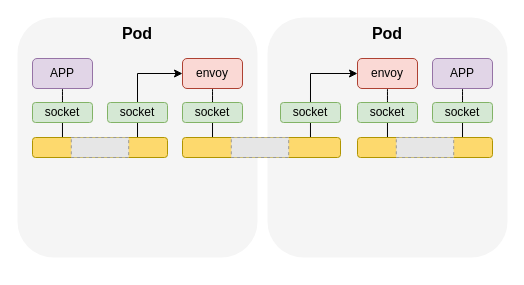
The draw.io diagram page "Page-11" (10 of 13) of Copy of service-mesh.drawio in wehyy/my-world, before the edit. Source tidied: cells renumbered, new cells numbered last; positions are measured from the earlier drawing's top-left corner, leaving out a move shared by most shapes. Both pictures are drawn from the tidied source at 100%, with x=0, y=0 at pixel (17, 17). Pictures stored in the file or linked from it are replaced by grey dashed boxes.
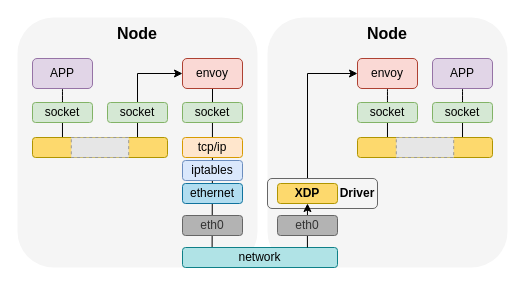
The same page after the edit.

The change refers to these unchanged cells:
```xml
<mxCell id="7" value="envoy" style="rounded=1;whiteSpace=wrap;html=1;fillColor=#fad9d5;strokeColor=#ae4132;" parent="1" vertex="1">
  <mxGeometry x="165" y="41" width="60" height="30" as="geometry" />
</mxCell>
<mxCell id="18" value="envoy" style="rounded=1;whiteSpace=wrap;html=1;fillColor=#fad9d5;strokeColor=#ae4132;" parent="1" vertex="1">
  <mxGeometry x="340" y="41" width="60" height="30" as="geometry" />
</mxCell>
```

Diff of the diagram source:
```diff
@@
     <mxCell id="2" style="rounded=1;whiteSpace=wrap;html=1;fillColor=#f5f5f5;strokeColor=none;fontColor=#333333;" parent="1" vertex="1">
-      <mxGeometry width="240" height="240" as="geometry" />
+      <mxGeometry width="240" height="250" as="geometry" />
     </mxCell>
@@
-    <mxCell id="6" style="edgeStyle=orthogonalEdgeStyle;curved=1;rounded=0;jettySize=auto;html=1;entryX=0.19;entryY=0;entryDx=0;entryDy=0;entryPerimeter=0;endArrow=none;endFill=0;" parent="1" edge="1" source="7" target="22">
+    <mxCell id="6" style="edgeStyle=orthogonalEdgeStyle;curved=1;rounded=0;jettySize=auto;html=1;entryX=0.191;entryY=0.117;entryDx=0;entryDy=0;entryPerimeter=0;endArrow=none;endFill=0;" parent="1" edge="1" source="7" target="32">
       <mxGeometry relative="1" as="geometry" />
     </mxCell>
@@
-    <mxCell id="11" value="&lt;font size=&quot;1&quot; style=&quot;&quot;&gt;&lt;b style=&quot;font-size: 16px;&quot;&gt;Pod&lt;/b&gt;&lt;/font&gt;" style="text;html=1;strokeColor=none;fillColor=none;align=center;verticalAlign=middle;whiteSpace=wrap;rounded=0;" parent="1" vertex="1">
+    <mxCell id="11" value="&lt;font size=&quot;1&quot; style=&quot;&quot;&gt;&lt;b style=&quot;font-size: 16px;&quot;&gt;Node&lt;/b&gt;&lt;/font&gt;" style="text;html=1;strokeColor=none;fillColor=none;align=center;verticalAlign=middle;whiteSpace=wrap;rounded=0;" parent="1" vertex="1">
       <mxGeometry x="90" y="1" width="60" height="30" as="geometry" />
     </mxCell>
     <mxCell id="12" style="rounded=1;whiteSpace=wrap;html=1;fillColor=#f5f5f5;strokeColor=none;fontColor=#333333;" parent="1" vertex="1">
-      <mxGeometry x="250" width="240" height="240" as="geometry" />
+      <mxGeometry x="250" width="240" height="250" as="geometry" />
     </mxCell>
-    <mxCell id="13" value="&lt;font size=&quot;1&quot; style=&quot;&quot;&gt;&lt;b style=&quot;font-size: 16px;&quot;&gt;Pod&lt;/b&gt;&lt;/font&gt;" style="text;html=1;strokeColor=none;fillColor=none;align=center;verticalAlign=middle;whiteSpace=wrap;rounded=0;" parent="1" vertex="1">
+    <mxCell id="13" value="&lt;font size=&quot;1&quot; style=&quot;&quot;&gt;&lt;b style=&quot;font-size: 16px;&quot;&gt;Node&lt;/b&gt;&lt;/font&gt;" style="text;html=1;strokeColor=none;fillColor=none;align=center;verticalAlign=middle;whiteSpace=wrap;rounded=0;" parent="1" vertex="1">
       <mxGeometry x="340" y="1" width="60" height="30" as="geometry" />
     </mxCell>
@@
-    <mxCell id="16" style="edgeStyle=orthogonalEdgeStyle;rounded=0;jettySize=auto;html=1;entryX=0.81;entryY=0;entryDx=0;entryDy=0;entryPerimeter=0;endArrow=none;endFill=0;startArrow=classic;startFill=1;" parent="1" edge="1" source="18" target="22">
+    <mxCell id="16" style="edgeStyle=orthogonalEdgeStyle;rounded=0;jettySize=auto;html=1;entryX=0.5;entryY=0;entryDx=0;entryDy=0;endArrow=none;endFill=0;startArrow=classic;startFill=1;" parent="1" edge="1" source="18" target="34">
       <mxGeometry relative="1" as="geometry" />
     </mxCell>
@@
-    <mxCell id="19" value="socket" style="rounded=1;whiteSpace=wrap;html=1;fillColor=#d5e8d4;strokeColor=#82b366;" parent="1" vertex="1">
-      <mxGeometry x="263" y="85" width="60" height="20" as="geometry" />
-    </mxCell>
@@
-    <mxCell id="22" style="rounded=1;whiteSpace=wrap;html=1;fillColor=#fdd96d;strokeColor=#B09500;fontColor=#000000;" parent="1" vertex="1">
-      <mxGeometry x="165" y="120" width="158" height="20" as="geometry" />
-    </mxCell>
@@
-    <mxCell id="24" style="fillColor=#E6E6E6;strokeColor=#999999;dashed=1;verticalLabelPosition=bottom;labelBackgroundColor=default;verticalAlign=top;" parent="1" vertex="1">
-      <mxGeometry x="213.8" y="120" width="57.4" height="20" as="geometry" />
-    </mxCell>
@@
+    <mxCell id="28" value="eth0" style="rounded=1;whiteSpace=wrap;html=1;fillColor=#B3B3B3;strokeColor=#666666;fontColor=#333333;" parent="1" vertex="1">
+      <mxGeometry x="165" y="198" width="60" height="20" as="geometry" />
+    </mxCell>
+    <mxCell id="29" value="iptables" style="rounded=1;whiteSpace=wrap;html=1;fillColor=#dae8fc;strokeColor=#6c8ebf;" parent="1" vertex="1">
+      <mxGeometry x="165" y="143" width="60" height="20" as="geometry" />
+    </mxCell>
+    <mxCell id="30" value="tcp/ip" style="rounded=1;whiteSpace=wrap;html=1;fillColor=#ffe6cc;strokeColor=#d79b00;" parent="1" vertex="1">
+      <mxGeometry x="165" y="120" width="60" height="20" as="geometry" />
+    </mxCell>
+    <mxCell id="31" value="ethernet" style="rounded=1;whiteSpace=wrap;html=1;fillColor=#b1ddf0;strokeColor=#10739e;" parent="1" vertex="1">
+      <mxGeometry x="165" y="166" width="60" height="20" as="geometry" />
+    </mxCell>
+    <mxCell id="32" value="network" style="rounded=1;whiteSpace=wrap;html=1;fillColor=#b0e3e6;strokeColor=#0e8088;" parent="1" vertex="1">
+      <mxGeometry x="165" y="230" width="155" height="20" as="geometry" />
+    </mxCell>
+    <mxCell id="33" style="rounded=1;whiteSpace=wrap;html=1;fillColor=#f5f5f5;strokeColor=#666666;fontColor=#333333;" parent="1" vertex="1">
+      <mxGeometry x="250" y="161" width="110" height="30" as="geometry" />
+    </mxCell>
+    <mxCell id="34" value="&lt;b&gt;XDP&lt;/b&gt;" style="rounded=1;whiteSpace=wrap;html=1;fillColor=#fdd96d;strokeColor=#B09500;fontColor=#000000;" parent="1" vertex="1">
+      <mxGeometry x="260" y="166" width="60" height="20" as="geometry" />
+    </mxCell>
+    <mxCell id="35" style="edgeStyle=orthogonalEdgeStyle;rounded=0;jettySize=auto;html=1;exitX=0.806;exitY=0;exitDx=0;exitDy=0;exitPerimeter=0;" parent="1" edge="1" source="32" target="34">
+      <mxGeometry relative="1" as="geometry" />
+    </mxCell>
+    <mxCell id="36" value="eth0" style="rounded=1;whiteSpace=wrap;html=1;fillColor=#B3B3B3;strokeColor=#666666;fontColor=#333333;" parent="1" vertex="1">
+      <mxGeometry x="260" y="198" width="60" height="20" as="geometry" />
+    </mxCell>
+    <mxCell id="37" value="&lt;b&gt;Driver&lt;/b&gt;" style="text;html=1;strokeColor=none;fillColor=none;align=center;verticalAlign=middle;whiteSpace=wrap;rounded=0;" parent="1" vertex="1">
+      <mxGeometry x="310" y="161" width="60" height="30" as="geometry" />
+    </mxCell>
```
